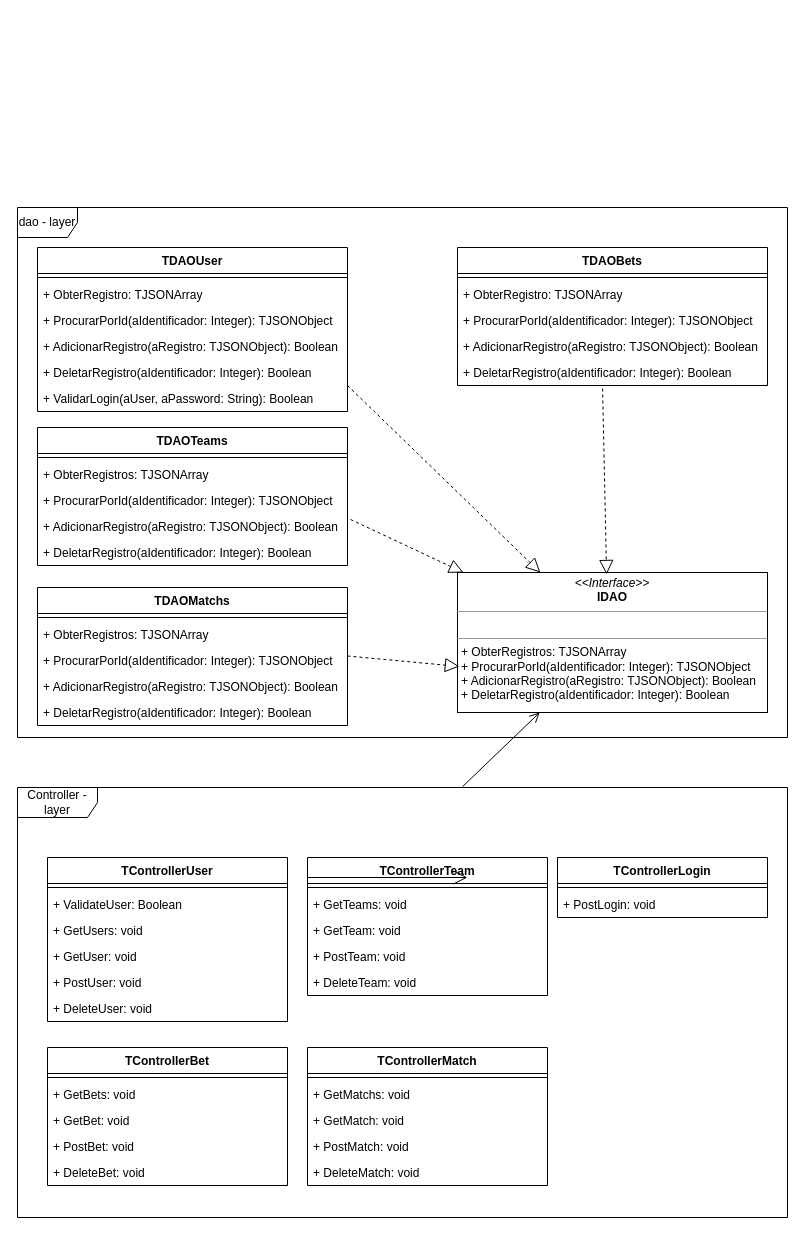
This is 11 - Projeto/3 - Arquitetura do Projeto/Diagrama_Classes.drawio from NathanBnu/Delphi2Blu2022, a draw.io file, before an edit. Source tidied: cells renumbered, new cells numbered last; positions are measured from the earlier drawing's top-left corner, leaving out a move shared by most shapes. Both pictures are drawn from the tidied source at 100%, with x=0, y=0 at pixel (17, 207).
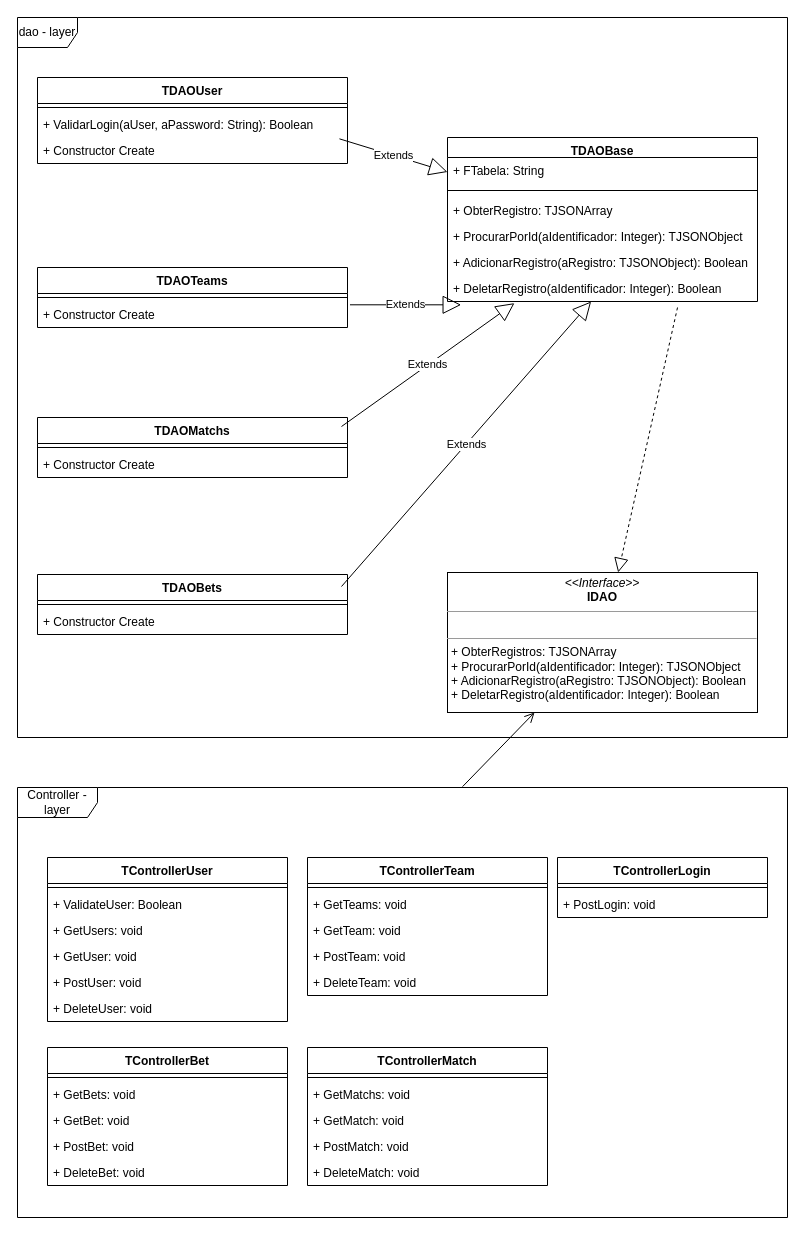
The same page after the edit.

The edit, as a diff of the source:
```diff
@@
     <mxCell id="2" value="dao - layer" style="shape=umlFrame;whiteSpace=wrap;html=1;" parent="1" vertex="1">
-      <mxGeometry width="770" height="530" as="geometry" />
+      <mxGeometry y="-190" width="770" height="720" as="geometry" />
     </mxCell>
     <mxCell id="3" value="TDAOUser" style="swimlane;fontStyle=1;align=center;verticalAlign=top;horizontal=1;startSize=26;" parent="1" vertex="1">
-      <mxGeometry x="20" y="40" width="310" height="164" as="geometry" />
+      <mxGeometry x="20" y="-130" width="310" height="86" as="geometry" />
     </mxCell>
@@
-    <mxCell id="5" value="+ ObterRegistro: TJSONArray" style="text;strokeColor=none;fillColor=none;align=left;verticalAlign=top;spacingLeft=4;spacingRight=4;overflow=hidden;" parent="3" vertex="1">
-      <mxGeometry y="34" width="310" height="26" as="geometry" />
-    </mxCell>
-    <mxCell id="6" value="+ ProcurarPorId(aIdentificador: Integer): TJSONObject" style="text;strokeColor=none;fillColor=none;align=left;verticalAlign=top;spacingLeft=4;spacingRight=4;overflow=hidden;" parent="3" vertex="1">
-      <mxGeometry y="60" width="310" height="26" as="geometry" />
-    </mxCell>
-    <mxCell id="7" value="+ AdicionarRegistro(aRegistro: TJSONObject): Boolean&#10;" style="text;strokeColor=none;fillColor=none;align=left;verticalAlign=top;spacingLeft=4;spacingRight=4;overflow=hidden;" parent="3" vertex="1">
-      <mxGeometry y="86" width="310" height="26" as="geometry" />
-    </mxCell>
-    <mxCell id="8" value="+ DeletarRegistro(aIdentificador: Integer): Boolean" style="text;strokeColor=none;fillColor=none;align=left;verticalAlign=top;spacingLeft=4;spacingRight=4;overflow=hidden;" parent="3" vertex="1">
-      <mxGeometry y="112" width="310" height="26" as="geometry" />
-    </mxCell>
     <mxCell id="9" value="+ ValidarLogin(aUser, aPassword: String): Boolean" style="text;strokeColor=none;fillColor=none;align=left;verticalAlign=top;spacingLeft=4;spacingRight=4;overflow=hidden;points=[[0,0.5],[1,0.5]];portConstraint=eastwest;" parent="3" vertex="1">
-      <mxGeometry y="138" width="310" height="26" as="geometry" />
+      <mxGeometry y="34" width="310" height="26" as="geometry" />
     </mxCell>
+    <mxCell id="64" value="+ Constructor Create" style="text;strokeColor=none;fillColor=none;align=left;verticalAlign=top;spacingLeft=4;spacingRight=4;overflow=hidden;" parent="3" vertex="1">
+      <mxGeometry y="60" width="310" height="26" as="geometry" />
+    </mxCell>
     <mxCell id="10" value="TDAOTeams&#10;" style="swimlane;fontStyle=1;align=center;verticalAlign=top;horizontal=1;startSize=26;" parent="1" vertex="1">
-      <mxGeometry x="20" y="220" width="310" height="138" as="geometry" />
+      <mxGeometry x="20" y="60" width="310" height="60" as="geometry" />
     </mxCell>
@@
-    <mxCell id="12" value="+ ObterRegistros: TJSONArray" style="text;strokeColor=none;fillColor=none;align=left;verticalAlign=top;spacingLeft=4;spacingRight=4;overflow=hidden;" parent="10" vertex="1">
-      <mxGeometry y="34" width="310" height="26" as="geometry" />
-    </mxCell>
-    <mxCell id="13" value="+ ProcurarPorId(aIdentificador: Integer): TJSONObject" style="text;strokeColor=none;fillColor=none;align=left;verticalAlign=top;spacingLeft=4;spacingRight=4;overflow=hidden;" parent="10" vertex="1">
-      <mxGeometry y="60" width="310" height="26" as="geometry" />
-    </mxCell>
-    <mxCell id="14" value="+ AdicionarRegistro(aRegistro: TJSONObject): Boolean&#10;" style="text;strokeColor=none;fillColor=none;align=left;verticalAlign=top;spacingLeft=4;spacingRight=4;overflow=hidden;points=[[0,0.5],[1,0.5]];portConstraint=eastwest;" parent="10" vertex="1">
-      <mxGeometry y="86" width="310" height="26" as="geometry" />
-    </mxCell>
-    <mxCell id="15" value="+ DeletarRegistro(aIdentificador: Integer): Boolean" style="text;strokeColor=none;fillColor=none;align=left;verticalAlign=top;spacingLeft=4;spacingRight=4;overflow=hidden;" parent="10" vertex="1">
-      <mxGeometry y="112" width="310" height="26" as="geometry" />
-    </mxCell>
+    <mxCell id="65" value="+ Constructor Create" style="text;strokeColor=none;fillColor=none;align=left;verticalAlign=top;spacingLeft=4;spacingRight=4;overflow=hidden;points=[[0,0.5],[1,0.5]];portConstraint=eastwest;" parent="10" vertex="1">
+      <mxGeometry y="34" width="310" height="26" as="geometry" />
+    </mxCell>
     <mxCell id="16" value="TDAOMatchs&#10;" style="swimlane;fontStyle=1;align=center;verticalAlign=top;horizontal=1;startSize=26;" parent="1" vertex="1">
-      <mxGeometry x="20" y="380" width="310" height="138" as="geometry" />
+      <mxGeometry x="20" y="210" width="310" height="60" as="geometry" />
     </mxCell>
@@
-    <mxCell id="18" value="+ ObterRegistros: TJSONArray" style="text;strokeColor=none;fillColor=none;align=left;verticalAlign=top;spacingLeft=4;spacingRight=4;overflow=hidden;" parent="16" vertex="1">
-      <mxGeometry y="34" width="310" height="26" as="geometry" />
-    </mxCell>
-    <mxCell id="19" value="+ ProcurarPorId(aIdentificador: Integer): TJSONObject" style="text;strokeColor=none;fillColor=none;align=left;verticalAlign=top;spacingLeft=4;spacingRight=4;overflow=hidden;" parent="16" vertex="1">
-      <mxGeometry y="60" width="310" height="26" as="geometry" />
-    </mxCell>
-    <mxCell id="20" value="+ AdicionarRegistro(aRegistro: TJSONObject): Boolean&#10;" style="text;strokeColor=none;fillColor=none;align=left;verticalAlign=top;spacingLeft=4;spacingRight=4;overflow=hidden;" parent="16" vertex="1">
-      <mxGeometry y="86" width="310" height="26" as="geometry" />
-    </mxCell>
-    <mxCell id="21" value="+ DeletarRegistro(aIdentificador: Integer): Boolean" style="text;strokeColor=none;fillColor=none;align=left;verticalAlign=top;spacingLeft=4;spacingRight=4;overflow=hidden;" parent="16" vertex="1">
-      <mxGeometry y="112" width="310" height="26" as="geometry" />
-    </mxCell>
+    <mxCell id="66" value="+ Constructor Create" style="text;strokeColor=none;fillColor=none;align=left;verticalAlign=top;spacingLeft=4;spacingRight=4;overflow=hidden;" parent="16" vertex="1">
+      <mxGeometry y="34" width="310" height="26" as="geometry" />
+    </mxCell>
     <mxCell id="22" value="TDAOBets" style="swimlane;fontStyle=1;align=center;verticalAlign=top;horizontal=1;startSize=26;" parent="1" vertex="1">
-      <mxGeometry x="440" y="40" width="310" height="138" as="geometry" />
+      <mxGeometry x="20" y="367" width="310" height="60" as="geometry" />
     </mxCell>
@@
-    <mxCell id="24" value="+ ObterRegistro: TJSONArray" style="text;strokeColor=none;fillColor=none;align=left;verticalAlign=top;spacingLeft=4;spacingRight=4;overflow=hidden;" parent="22" vertex="1">
-      <mxGeometry y="34" width="310" height="26" as="geometry" />
-    </mxCell>
-    <mxCell id="25" value="+ ProcurarPorId(aIdentificador: Integer): TJSONObject" style="text;strokeColor=none;fillColor=none;align=left;verticalAlign=top;spacingLeft=4;spacingRight=4;overflow=hidden;" parent="22" vertex="1">
-      <mxGeometry y="60" width="310" height="26" as="geometry" />
-    </mxCell>
-    <mxCell id="26" value="+ AdicionarRegistro(aRegistro: TJSONObject): Boolean&#10;" style="text;strokeColor=none;fillColor=none;align=left;verticalAlign=top;spacingLeft=4;spacingRight=4;overflow=hidden;" parent="22" vertex="1">
-      <mxGeometry y="86" width="310" height="26" as="geometry" />
-    </mxCell>
-    <mxCell id="27" value="+ DeletarRegistro(aIdentificador: Integer): Boolean" style="text;strokeColor=none;fillColor=none;align=left;verticalAlign=top;spacingLeft=4;spacingRight=4;overflow=hidden;points=[[0,0.5],[1,0.5]];portConstraint=eastwest;" parent="22" vertex="1">
-      <mxGeometry y="112" width="310" height="26" as="geometry" />
-    </mxCell>
+    <mxCell id="67" value="+ Constructor Create" style="text;strokeColor=none;fillColor=none;align=left;verticalAlign=top;spacingLeft=4;spacingRight=4;overflow=hidden;" parent="22" vertex="1">
+      <mxGeometry y="34" width="310" height="26" as="geometry" />
+    </mxCell>
     <mxCell id="28" value="&lt;p style=&quot;margin:0px;margin-top:4px;text-align:center;&quot;&gt;&lt;i&gt;&amp;lt;&amp;lt;Interface&amp;gt;&amp;gt;&lt;/i&gt;&lt;br&gt;&lt;b&gt;IDAO&lt;/b&gt;&lt;/p&gt;&lt;hr size=&quot;1&quot;&gt;&lt;p style=&quot;margin:0px;margin-left:4px;&quot;&gt;&lt;br&gt;&lt;/p&gt;&lt;hr size=&quot;1&quot;&gt;&lt;p style=&quot;margin:0px;margin-left:4px;&quot;&gt;+ ObterRegistros: TJSONArray&lt;/p&gt;&lt;p style=&quot;margin:0px;margin-left:4px;&quot;&gt;+ ProcurarPorId(aIdentificador: Integer): TJSONObject&lt;/p&gt;&lt;p style=&quot;margin:0px;margin-left:4px;&quot;&gt;+ AdicionarRegistro(aRegistro: TJSONObject): Boolean&lt;/p&gt;&lt;p style=&quot;margin:0px;margin-left:4px;&quot;&gt;+ DeletarRegistro(aIdentificador: Integer): Boolean&lt;/p&gt;" style="verticalAlign=top;align=left;overflow=fill;fontSize=12;fontFamily=Helvetica;html=1;" parent="1" vertex="1">
-      <mxGeometry x="440" y="365" width="310" height="140" as="geometry" />
+      <mxGeometry x="430" y="365" width="310" height="140" as="geometry" />
     </mxCell>
-    <mxCell id="29" style="endArrow=block;dashed=1;endFill=0;endSize=12;html=1;rounded=0;" parent="1" edge="1" target="28">
-      <mxGeometry relative="1" as="geometry">
-        <mxPoint x="330" y="178" as="sourcePoint" />
-      </mxGeometry>
-    </mxCell>
-    <mxCell id="30" style="endArrow=block;dashed=1;endFill=0;endSize=12;html=1;rounded=0;exitX=1.01;exitY=0.231;exitDx=0;exitDy=0;exitPerimeter=0;" parent="1" edge="1" source="14" target="28">
-      <mxGeometry relative="1" as="geometry" />
-    </mxCell>
-    <mxCell id="31" style="endArrow=block;dashed=1;endFill=0;endSize=12;html=1;rounded=0;exitX=0.468;exitY=1.115;exitDx=0;exitDy=0;exitPerimeter=0;entryX=0.481;entryY=0.014;entryDx=0;entryDy=0;entryPerimeter=0;" parent="1" edge="1" source="27" target="28">
-      <mxGeometry relative="1" as="geometry" />
-    </mxCell>
-    <mxCell id="32" style="endArrow=block;dashed=1;endFill=0;endSize=12;html=1;rounded=0;entryX=0.006;entryY=0.671;entryDx=0;entryDy=0;entryPerimeter=0;" parent="1" edge="1" target="28">
-      <mxGeometry relative="1" as="geometry">
-        <mxPoint x="330" y="448.5" as="sourcePoint" />
-      </mxGeometry>
-    </mxCell>
@@
-    <mxCell id="62" style="endArrow=open;endFill=1;endSize=12;html=1;rounded=0;" parent="1" edge="1">
-      <mxGeometry relative="1" as="geometry">
-        <mxPoint x="290" y="670" as="sourcePoint" />
-        <mxPoint x="450" y="670" as="targetPoint" />
-      </mxGeometry>
-    </mxCell>
@@
+    <mxCell id="68" value="TDAOBase" style="swimlane;fontStyle=1;align=center;verticalAlign=top;horizontal=1;startSize=20;" parent="1" vertex="1">
+      <mxGeometry x="430" y="-70" width="310" height="164" as="geometry" />
+    </mxCell>
+    <mxCell id="69" value="+ FTabela: String" style="text;strokeColor=none;fillColor=none;align=left;verticalAlign=top;spacingLeft=4;spacingRight=4;overflow=hidden;" parent="68" vertex="1">
+      <mxGeometry y="20" width="310" height="26" as="geometry" />
+    </mxCell>
+    <mxCell id="70" style="line;strokeWidth=1;fillColor=none;align=left;verticalAlign=middle;spacingTop=-1;spacingLeft=3;spacingRight=3;labelPosition=right;strokeColor=inherit;" parent="68" vertex="1">
+      <mxGeometry y="46" width="310" height="14" as="geometry" />
+    </mxCell>
+    <mxCell id="71" value="+ ObterRegistro: TJSONArray" style="text;strokeColor=none;fillColor=none;align=left;verticalAlign=top;spacingLeft=4;spacingRight=4;overflow=hidden;" parent="68" vertex="1">
+      <mxGeometry y="60" width="310" height="26" as="geometry" />
+    </mxCell>
+    <mxCell id="72" value="+ ProcurarPorId(aIdentificador: Integer): TJSONObject" style="text;strokeColor=none;fillColor=none;align=left;verticalAlign=top;spacingLeft=4;spacingRight=4;overflow=hidden;" parent="68" vertex="1">
+      <mxGeometry y="86" width="310" height="26" as="geometry" />
+    </mxCell>
+    <mxCell id="73" value="+ AdicionarRegistro(aRegistro: TJSONObject): Boolean&#10;" style="text;strokeColor=none;fillColor=none;align=left;verticalAlign=top;spacingLeft=4;spacingRight=4;overflow=hidden;" parent="68" vertex="1">
+      <mxGeometry y="112" width="310" height="26" as="geometry" />
+    </mxCell>
+    <mxCell id="74" value="+ DeletarRegistro(aIdentificador: Integer): Boolean" style="text;strokeColor=none;fillColor=none;align=left;verticalAlign=top;spacingLeft=4;spacingRight=4;overflow=hidden;points=[[0,0.5],[1,0.5]];portConstraint=eastwest;" parent="68" vertex="1">
+      <mxGeometry y="138" width="310" height="26" as="geometry" />
+    </mxCell>
+    <mxCell id="75" value="Extends" style="endArrow=block;endSize=16;endFill=0;html=1;rounded=0;exitX=0.974;exitY=1.051;exitDx=0;exitDy=0;exitPerimeter=0;" parent="1" edge="1" source="9" target="68">
+      <mxGeometry relative="1" as="geometry" />
+    </mxCell>
+    <mxCell id="76" value="Extends" style="endArrow=block;endSize=16;endFill=0;html=1;rounded=0;exitX=1.008;exitY=0.127;exitDx=0;exitDy=0;exitPerimeter=0;entryX=0.044;entryY=1.128;entryDx=0;entryDy=0;entryPerimeter=0;" parent="1" edge="1" source="65" target="74">
+      <mxGeometry relative="1" as="geometry" />
+    </mxCell>
+    <mxCell id="77" value="Extends" style="endArrow=block;endSize=16;endFill=0;html=1;rounded=0;exitX=0.974;exitY=1.051;exitDx=0;exitDy=0;exitPerimeter=0;entryX=0.216;entryY=1.064;entryDx=0;entryDy=0;entryPerimeter=0;" parent="1" edge="1" target="74">
+      <mxGeometry relative="1" as="geometry">
+        <mxPoint x="324" y="219" as="sourcePoint" />
+      </mxGeometry>
+    </mxCell>
+    <mxCell id="78" value="Extends" style="endArrow=block;endSize=16;endFill=0;html=1;rounded=0;exitX=0.974;exitY=1.051;exitDx=0;exitDy=0;exitPerimeter=0;" parent="1" edge="1" target="74">
+      <mxGeometry relative="1" as="geometry">
+        <mxPoint x="324" y="379" as="sourcePoint" />
+      </mxGeometry>
+    </mxCell>
+    <mxCell id="79" style="endArrow=block;dashed=1;endFill=0;endSize=12;html=1;rounded=0;exitX=0.742;exitY=1.231;exitDx=0;exitDy=0;exitPerimeter=0;" parent="1" edge="1" source="74" target="28">
+      <mxGeometry relative="1" as="geometry" />
+    </mxCell>
```
